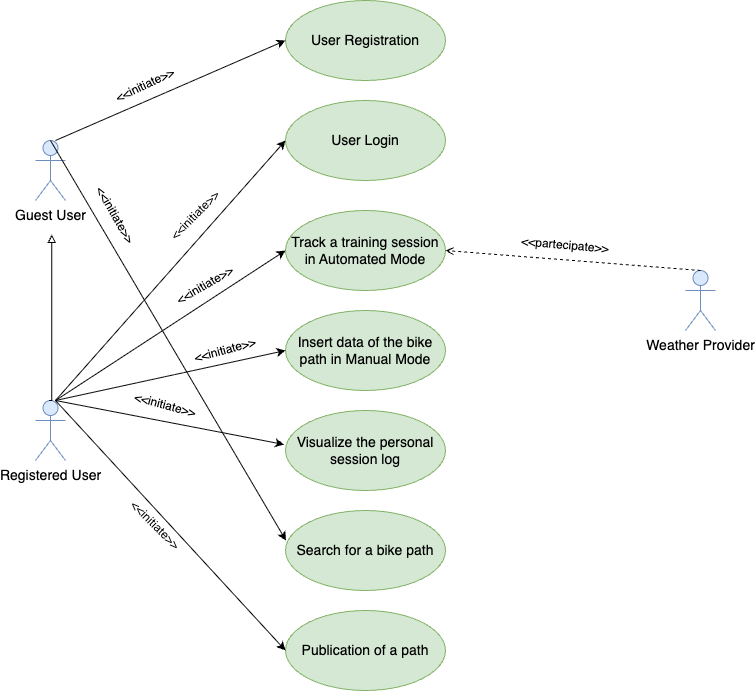
Above: images/UseCaseDiagram.drawio.png in ilevinci/RubinoUvinsiVinciguerra (draw.io), before the change. Source tidied: cells renumbered, new cells last; positions are measured from the earlier drawing's top-left corner, leaving out a move shared by most shapes.
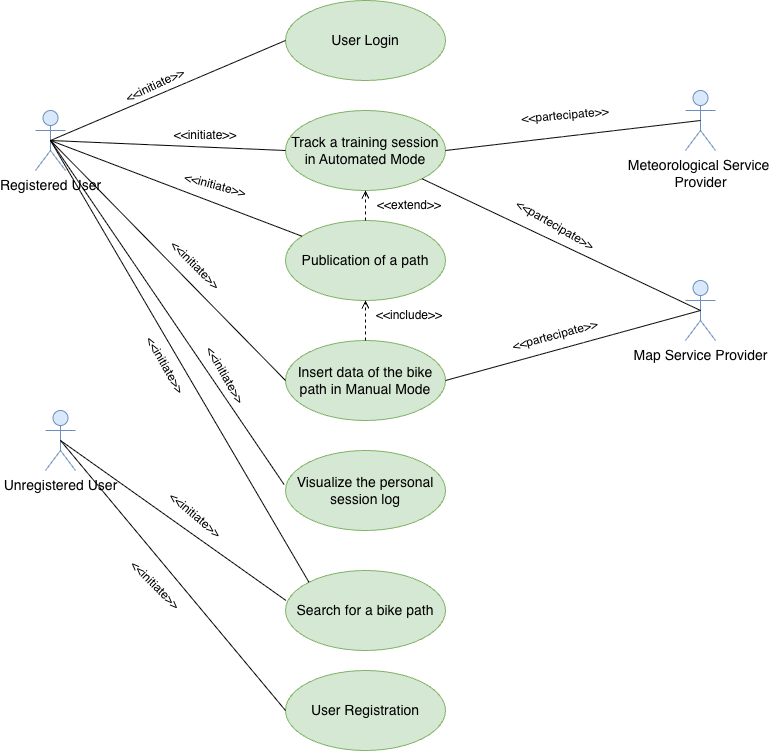
After the commit.

The edit, as a diff of the source:
```diff
@@ -3,25 +3,16 @@
     <mxCell id="0" />
     <mxCell id="1" parent="0" />
     <mxCell id="2" value="&lt;font style=&quot;font-size: 14px;&quot;&gt;Registered User&lt;/font&gt;" style="shape=umlActor;verticalLabelPosition=bottom;verticalAlign=top;html=1;outlineConnect=0;fillColor=#dae8fc;strokeColor=#6c8ebf;" parent="1" vertex="1">
-      <mxGeometry y="400" width="30" height="60" as="geometry" />
+      <mxGeometry y="210" width="30" height="60" as="geometry" />
     </mxCell>
-    <mxCell id="3" style="edgeStyle=orthogonalEdgeStyle;rounded=0;orthogonalLoop=1;jettySize=auto;html=1;exitX=0.25;exitY=0.1;exitDx=0;exitDy=0;exitPerimeter=0;endArrow=block;endFill=0;" parent="1" edge="1">
-      <mxGeometry relative="1" as="geometry">
-        <mxPoint x="13.7" y="400" as="sourcePoint" />
-        <mxPoint x="16.2" y="234" as="targetPoint" />
-        <Array as="points">
-          <mxPoint x="16.2" y="400" />
-        </Array>
-      </mxGeometry>
-    </mxCell>
-    <mxCell id="4" value="&lt;font style=&quot;font-size: 14px;&quot;&gt;Guest User&lt;/font&gt;" style="shape=umlActor;verticalLabelPosition=bottom;verticalAlign=top;html=1;outlineConnect=0;fillColor=#dae8fc;strokeColor=#6c8ebf;" parent="1" vertex="1">
-      <mxGeometry y="140" width="30" height="60" as="geometry" />
+    <mxCell id="4" value="&lt;font style=&quot;font-size: 14px;&quot;&gt;Unregistered User&lt;/font&gt;" style="shape=umlActor;verticalLabelPosition=bottom;verticalAlign=top;html=1;outlineConnect=0;fillColor=#dae8fc;strokeColor=#6c8ebf;" parent="1" vertex="1">
+      <mxGeometry x="10" y="510" width="30" height="60" as="geometry" />
     </mxCell>
-    <mxCell id="5" value="&lt;font style=&quot;font-size: 14px;&quot;&gt;Weather Provider&lt;/font&gt;" style="shape=umlActor;verticalLabelPosition=bottom;verticalAlign=top;html=1;outlineConnect=0;fillColor=#dae8fc;strokeColor=#6c8ebf;" parent="1" vertex="1">
-      <mxGeometry x="650" y="270" width="30" height="60" as="geometry" />
+    <mxCell id="5" value="&lt;font style=&quot;font-size: 14px;&quot;&gt;Meteorological Service&amp;nbsp;&lt;/font&gt;&lt;div&gt;&lt;font style=&quot;font-size: 14px;&quot;&gt;Provider&lt;/font&gt;&lt;/div&gt;" style="shape=umlActor;verticalLabelPosition=bottom;verticalAlign=top;html=1;outlineConnect=0;fillColor=#dae8fc;strokeColor=#6c8ebf;" parent="1" vertex="1">
+      <mxGeometry x="650" y="190" width="30" height="60" as="geometry" />
     </mxCell>
     <mxCell id="6" value="&lt;font style=&quot;font-size: 14px;&quot;&gt;User Registration&lt;/font&gt;" style="ellipse;whiteSpace=wrap;html=1;fillColor=#d5e8d4;strokeColor=#82b366;" parent="1" vertex="1">
-      <mxGeometry x="250" width="160" height="80" as="geometry" />
+      <mxGeometry x="250" y="770" width="160" height="80" as="geometry" />
     </mxCell>
     <mxCell id="7" value="&lt;font style=&quot;font-size: 14px;&quot;&gt;User Login&lt;/font&gt;" style="ellipse;whiteSpace=wrap;html=1;fillColor=#d5e8d4;strokeColor=#82b366;" parent="1" vertex="1">
       <mxGeometry x="250" y="100" width="160" height="80" as="geometry" />
@@ -30,77 +21,99 @@
       <mxGeometry x="250" y="210" width="160" height="80" as="geometry" />
     </mxCell>
     <mxCell id="9" value="&lt;font style=&quot;font-size: 14px;&quot;&gt;Insert data of the bike path in Manual Mode&lt;/font&gt;" style="ellipse;whiteSpace=wrap;html=1;fillColor=#d5e8d4;strokeColor=#82b366;" parent="1" vertex="1">
-      <mxGeometry x="250" y="310" width="160" height="80" as="geometry" />
+      <mxGeometry x="250" y="440" width="160" height="80" as="geometry" />
     </mxCell>
     <mxCell id="10" value="&lt;font style=&quot;font-size: 14px;&quot;&gt;Visualize the personal session log&lt;/font&gt;" style="ellipse;whiteSpace=wrap;html=1;fillColor=#d5e8d4;strokeColor=#82b366;" parent="1" vertex="1">
-      <mxGeometry x="250" y="410" width="160" height="80" as="geometry" />
+      <mxGeometry x="250" y="550" width="160" height="80" as="geometry" />
     </mxCell>
     <mxCell id="11" value="&lt;font style=&quot;font-size: 14px;&quot;&gt;Search for a bike path&lt;/font&gt;" style="ellipse;whiteSpace=wrap;html=1;fillColor=#d5e8d4;strokeColor=#82b366;" parent="1" vertex="1">
-      <mxGeometry x="250" y="510" width="160" height="80" as="geometry" />
+      <mxGeometry x="250" y="670" width="160" height="80" as="geometry" />
     </mxCell>
     <mxCell id="12" value="&lt;font style=&quot;font-size: 14px;&quot;&gt;Publication of a path&lt;/font&gt;" style="ellipse;whiteSpace=wrap;html=1;fillColor=#d5e8d4;strokeColor=#82b366;" parent="1" vertex="1">
-      <mxGeometry x="250" y="610" width="160" height="80" as="geometry" />
+      <mxGeometry x="250" y="320" width="160" height="80" as="geometry" />
     </mxCell>
-    <mxCell id="13" style="endArrow=classic;html=1;rounded=0;entryX=0;entryY=0.5;entryDx=0;entryDy=0;" parent="1" edge="1" target="6">
-      <mxGeometry relative="1" as="geometry">
-        <mxPoint x="20" y="140" as="sourcePoint" />
-      </mxGeometry>
+    <mxCell id="13" style="endArrow=none;html=1;rounded=0;entryX=0;entryY=0.5;entryDx=0;entryDy=0;exitX=0.5;exitY=0.5;exitDx=0;exitDy=0;exitPerimeter=0;endFill=0;" parent="1" edge="1" source="4" target="6">
+      <mxGeometry relative="1" as="geometry" />
     </mxCell>
-    <mxCell id="14" style="endArrow=classic;html=1;rounded=0;exitX=0.5;exitY=0;exitDx=0;exitDy=0;exitPerimeter=0;entryX=0.003;entryY=0.375;entryDx=0;entryDy=0;entryPerimeter=0;" parent="1" edge="1" source="4" target="11">
+    <mxCell id="14" style="endArrow=none;html=1;rounded=0;exitX=0.5;exitY=0.5;exitDx=0;exitDy=0;exitPerimeter=0;entryX=0.003;entryY=0.375;entryDx=0;entryDy=0;entryPerimeter=0;endFill=0;" parent="1" edge="1" source="4" target="11">
       <mxGeometry relative="1" as="geometry" />
     </mxCell>
-    <mxCell id="15" style="endArrow=classic;html=1;rounded=0;entryX=0;entryY=0.5;entryDx=0;entryDy=0;" parent="1" edge="1" target="7">
-      <mxGeometry relative="1" as="geometry">
-        <mxPoint x="20" y="400" as="sourcePoint" />
-      </mxGeometry>
+    <mxCell id="15" style="endArrow=none;html=1;rounded=0;entryX=0;entryY=0.5;entryDx=0;entryDy=0;exitX=0.5;exitY=0.5;exitDx=0;exitDy=0;exitPerimeter=0;endFill=0;" parent="1" edge="1" source="2" target="7">
+      <mxGeometry relative="1" as="geometry" />
     </mxCell>
-    <mxCell id="16" style="endArrow=classic;html=1;rounded=0;entryX=0;entryY=0.625;entryDx=0;entryDy=0;entryPerimeter=0;" parent="1" edge="1">
+    <mxCell id="16" style="endArrow=none;html=1;rounded=0;entryX=0;entryY=0.625;entryDx=0;entryDy=0;entryPerimeter=0;exitX=0.5;exitY=0.5;exitDx=0;exitDy=0;exitPerimeter=0;endFill=0;" parent="1" edge="1" source="2">
       <mxGeometry relative="1" as="geometry">
-        <mxPoint x="20" y="400" as="sourcePoint" />
         <mxPoint x="250" y="250" as="targetPoint" />
       </mxGeometry>
     </mxCell>
-    <mxCell id="17" style="endArrow=classic;html=1;rounded=0;entryX=0;entryY=0.5;entryDx=0;entryDy=0;" parent="1" edge="1" target="9">
-      <mxGeometry relative="1" as="geometry">
-        <mxPoint x="20" y="400" as="sourcePoint" />
-      </mxGeometry>
+    <mxCell id="17" style="endArrow=none;html=1;rounded=0;entryX=0;entryY=0.5;entryDx=0;entryDy=0;exitX=0.5;exitY=0.5;exitDx=0;exitDy=0;exitPerimeter=0;endFill=0;" parent="1" edge="1" source="2" target="9">
+      <mxGeometry relative="1" as="geometry" />
     </mxCell>
-    <mxCell id="18" style="endArrow=classic;html=1;rounded=0;entryX=-0.009;entryY=0.425;entryDx=0;entryDy=0;entryPerimeter=0;" parent="1" edge="1" target="10">
-      <mxGeometry relative="1" as="geometry">
-        <mxPoint x="20" y="400" as="sourcePoint" />
-      </mxGeometry>
+    <mxCell id="18" style="endArrow=none;html=1;rounded=0;entryX=-0.009;entryY=0.425;entryDx=0;entryDy=0;entryPerimeter=0;exitX=0.5;exitY=0.5;exitDx=0;exitDy=0;exitPerimeter=0;endFill=0;" parent="1" edge="1" source="2" target="10">
+      <mxGeometry relative="1" as="geometry" />
     </mxCell>
-    <mxCell id="19" style="endArrow=classic;html=1;rounded=0;entryX=0;entryY=0.5;entryDx=0;entryDy=0;" parent="1" edge="1" target="12">
-      <mxGeometry relative="1" as="geometry">
-        <mxPoint x="20" y="400" as="sourcePoint" />
-      </mxGeometry>
-    </mxCell>
-    <mxCell id="20" style="endArrow=open;html=1;rounded=0;exitX=0.5;exitY=0;exitDx=0;exitDy=0;exitPerimeter=0;entryX=1;entryY=0.5;entryDx=0;entryDy=0;dashed=1;endFill=0;" parent="1" edge="1" source="5" target="8">
+    <mxCell id="20" style="endArrow=none;html=1;rounded=0;exitX=0.5;exitY=0.5;exitDx=0;exitDy=0;exitPerimeter=0;entryX=1;entryY=0.5;entryDx=0;entryDy=0;endFill=0;" parent="1" edge="1" source="5" target="8">
       <mxGeometry relative="1" as="geometry" />
     </mxCell>
-    <mxCell id="21" value="&amp;lt;&amp;lt;initiate&amp;gt;&amp;gt;" style="text;html=1;align=center;verticalAlign=middle;whiteSpace=wrap;rounded=0;rotation=45;" parent="1" vertex="1">
-      <mxGeometry x="90" y="510" width="60" height="30" as="geometry" />
+    <mxCell id="21" value="&amp;lt;&amp;lt;initiate&amp;gt;&amp;gt;" style="text;html=1;align=center;verticalAlign=middle;whiteSpace=wrap;rounded=0;rotation=60;" parent="1" vertex="1">
+      <mxGeometry x="100" y="450" width="60" height="30" as="geometry" />
     </mxCell>
-    <mxCell id="22" value="&amp;lt;&amp;lt;initiate&amp;gt;&amp;gt;" style="text;html=1;align=center;verticalAlign=middle;whiteSpace=wrap;rounded=0;rotation=-25;" parent="1" vertex="1">
-      <mxGeometry x="80" y="70" width="60" height="30" as="geometry" />
+    <mxCell id="22" value="&amp;lt;&amp;lt;initiate&amp;gt;&amp;gt;" style="text;html=1;align=center;verticalAlign=middle;whiteSpace=wrap;rounded=0;rotation=45;" parent="1" vertex="1">
+      <mxGeometry x="90" y="670" width="60" height="30" as="geometry" />
     </mxCell>
-    <mxCell id="23" value="&amp;lt;&amp;lt;initiate&amp;gt;&amp;gt;" style="text;html=1;align=center;verticalAlign=middle;whiteSpace=wrap;rounded=0;rotation=-45;" parent="1" vertex="1">
-      <mxGeometry x="130" y="200" width="60" height="30" as="geometry" />
+    <mxCell id="23" value="&amp;lt;&amp;lt;initiate&amp;gt;&amp;gt;" style="text;html=1;align=center;verticalAlign=middle;whiteSpace=wrap;rounded=0;rotation=0;" parent="1" vertex="1">
+      <mxGeometry x="140" y="220" width="60" height="30" as="geometry" />
     </mxCell>
-    <mxCell id="24" value="&amp;lt;&amp;lt;initiate&amp;gt;&amp;gt;" style="text;html=1;align=center;verticalAlign=middle;whiteSpace=wrap;rounded=0;rotation=-30;" parent="1" vertex="1">
-      <mxGeometry x="140" y="270" width="60" height="30" as="geometry" />
-    </mxCell>
-    <mxCell id="25" value="&amp;lt;&amp;lt;initiate&amp;gt;&amp;gt;" style="text;html=1;align=center;verticalAlign=middle;whiteSpace=wrap;rounded=0;rotation=-15;" parent="1" vertex="1">
-      <mxGeometry x="160" y="335" width="60" height="30" as="geometry" />
+    <mxCell id="25" value="&amp;lt;&amp;lt;initiate&amp;gt;&amp;gt;" style="text;html=1;align=center;verticalAlign=middle;whiteSpace=wrap;rounded=0;rotation=15;" parent="1" vertex="1">
+      <mxGeometry x="150" y="270" width="60" height="30" as="geometry" />
     </mxCell>
-    <mxCell id="26" value="&amp;lt;&amp;lt;initiate&amp;gt;&amp;gt;" style="text;html=1;align=center;verticalAlign=middle;whiteSpace=wrap;rounded=0;rotation=15;" parent="1" vertex="1">
-      <mxGeometry x="100" y="390" width="60" height="30" as="geometry" />
+    <mxCell id="26" value="&amp;lt;&amp;lt;initiate&amp;gt;&amp;gt;" style="text;html=1;align=center;verticalAlign=middle;whiteSpace=wrap;rounded=0;rotation=60;" parent="1" vertex="1">
+      <mxGeometry x="160" y="460" width="60" height="30" as="geometry" />
     </mxCell>
-    <mxCell id="27" value="&amp;lt;&amp;lt;initiate&amp;gt;&amp;gt;" style="text;html=1;align=center;verticalAlign=middle;whiteSpace=wrap;rounded=0;rotation=60;" parent="1" vertex="1">
-      <mxGeometry x="50" y="200" width="60" height="30" as="geometry" />
+    <mxCell id="27" value="&amp;lt;&amp;lt;initiate&amp;gt;&amp;gt;" style="text;html=1;align=center;verticalAlign=middle;whiteSpace=wrap;rounded=0;rotation=-25;" parent="1" vertex="1">
+      <mxGeometry x="90" y="170" width="60" height="30" as="geometry" />
     </mxCell>
-    <mxCell id="28" value="&amp;lt;&amp;lt;partecipate&amp;gt;&amp;gt;" style="text;html=1;align=center;verticalAlign=middle;whiteSpace=wrap;rounded=0;rotation=5;" parent="1" vertex="1">
-      <mxGeometry x="500" y="230" width="60" height="30" as="geometry" />
+    <mxCell id="28" value="&amp;lt;&amp;lt;partecipate&amp;gt;&amp;gt;" style="text;html=1;align=center;verticalAlign=middle;whiteSpace=wrap;rounded=0;rotation=-5;" parent="1" vertex="1">
+      <mxGeometry x="500" y="200" width="60" height="30" as="geometry" />
     </mxCell>
+    <mxCell id="29" style="endArrow=none;html=1;rounded=0;entryX=0;entryY=0;entryDx=0;entryDy=0;exitX=0.5;exitY=0.5;exitDx=0;exitDy=0;exitPerimeter=0;endFill=0;" parent="1" edge="1" source="2" target="11">
+      <mxGeometry relative="1" as="geometry" />
+    </mxCell>
+    <mxCell id="30" value="&amp;lt;&amp;lt;initiate&amp;gt;&amp;gt;" style="text;html=1;align=center;verticalAlign=middle;whiteSpace=wrap;rounded=0;rotation=45;" parent="1" vertex="1">
+      <mxGeometry x="130" y="350" width="60" height="30" as="geometry" />
+    </mxCell>
+    <mxCell id="31" style="endArrow=open;html=1;rounded=0;exitX=0.5;exitY=0;exitDx=0;exitDy=0;entryX=0.5;entryY=1;entryDx=0;entryDy=0;dashed=1;endFill=0;" parent="1" edge="1" source="12" target="8">
+      <mxGeometry relative="1" as="geometry" />
+    </mxCell>
+    <mxCell id="32" style="endArrow=open;html=1;rounded=0;exitX=0.5;exitY=0;exitDx=0;exitDy=0;entryX=0.5;entryY=1;entryDx=0;entryDy=0;dashed=1;endFill=0;" parent="1" edge="1" source="9" target="12">
+      <mxGeometry relative="1" as="geometry" />
+    </mxCell>
+    <mxCell id="33" value="&amp;lt;&amp;lt;extend&amp;gt;&amp;gt;" style="text;html=1;align=center;verticalAlign=middle;whiteSpace=wrap;rounded=0;rotation=0;" parent="1" vertex="1">
+      <mxGeometry x="344" y="290" width="60" height="30" as="geometry" />
+    </mxCell>
+    <mxCell id="34" value="&amp;lt;&amp;lt;include&amp;gt;&amp;gt;" style="text;html=1;align=center;verticalAlign=middle;whiteSpace=wrap;rounded=0;rotation=0;" parent="1" vertex="1">
+      <mxGeometry x="344" y="400" width="60" height="30" as="geometry" />
+    </mxCell>
+    <mxCell id="35" style="endArrow=none;html=1;rounded=0;exitX=0.5;exitY=0.5;exitDx=0;exitDy=0;exitPerimeter=0;" parent="1" edge="1" source="2" target="12">
+      <mxGeometry relative="1" as="geometry" />
+    </mxCell>
+    <mxCell id="36" value="&lt;font style=&quot;font-size: 14px;&quot;&gt;Map Service Provider&lt;/font&gt;" style="shape=umlActor;verticalLabelPosition=bottom;verticalAlign=top;html=1;outlineConnect=0;fillColor=#dae8fc;strokeColor=#6c8ebf;" parent="1" vertex="1">
+      <mxGeometry x="650" y="380" width="30" height="60" as="geometry" />
+    </mxCell>
+    <mxCell id="37" value="&amp;lt;&amp;lt;initiate&amp;gt;&amp;gt;" style="text;html=1;align=center;verticalAlign=middle;whiteSpace=wrap;rounded=0;rotation=40;" parent="1" vertex="1">
+      <mxGeometry x="130" y="600" width="60" height="30" as="geometry" />
+    </mxCell>
+    <mxCell id="38" style="endArrow=none;html=1;rounded=0;entryX=0.5;entryY=0.5;entryDx=0;entryDy=0;entryPerimeter=0;exitX=1;exitY=1;exitDx=0;exitDy=0;" parent="1" edge="1" source="8" target="36">
+      <mxGeometry relative="1" as="geometry" />
+    </mxCell>
+    <mxCell id="39" style="endArrow=none;html=1;rounded=0;entryX=0.5;entryY=0.5;entryDx=0;entryDy=0;entryPerimeter=0;exitX=1;exitY=0.5;exitDx=0;exitDy=0;" parent="1" edge="1" source="9" target="36">
+      <mxGeometry relative="1" as="geometry" />
+    </mxCell>
+    <mxCell id="40" value="&amp;lt;&amp;lt;partecipate&amp;gt;&amp;gt;" style="text;html=1;align=center;verticalAlign=middle;whiteSpace=wrap;rounded=0;rotation=30;" parent="1" vertex="1">
+      <mxGeometry x="490" y="310" width="60" height="30" as="geometry" />
+    </mxCell>
+    <mxCell id="41" value="&amp;lt;&amp;lt;partecipate&amp;gt;&amp;gt;" style="text;html=1;align=center;verticalAlign=middle;whiteSpace=wrap;rounded=0;rotation=-15;" parent="1" vertex="1">
+      <mxGeometry x="490" y="420" width="60" height="30" as="geometry" />
+    </mxCell>
   </root>
 </mxGraphModel>
```
